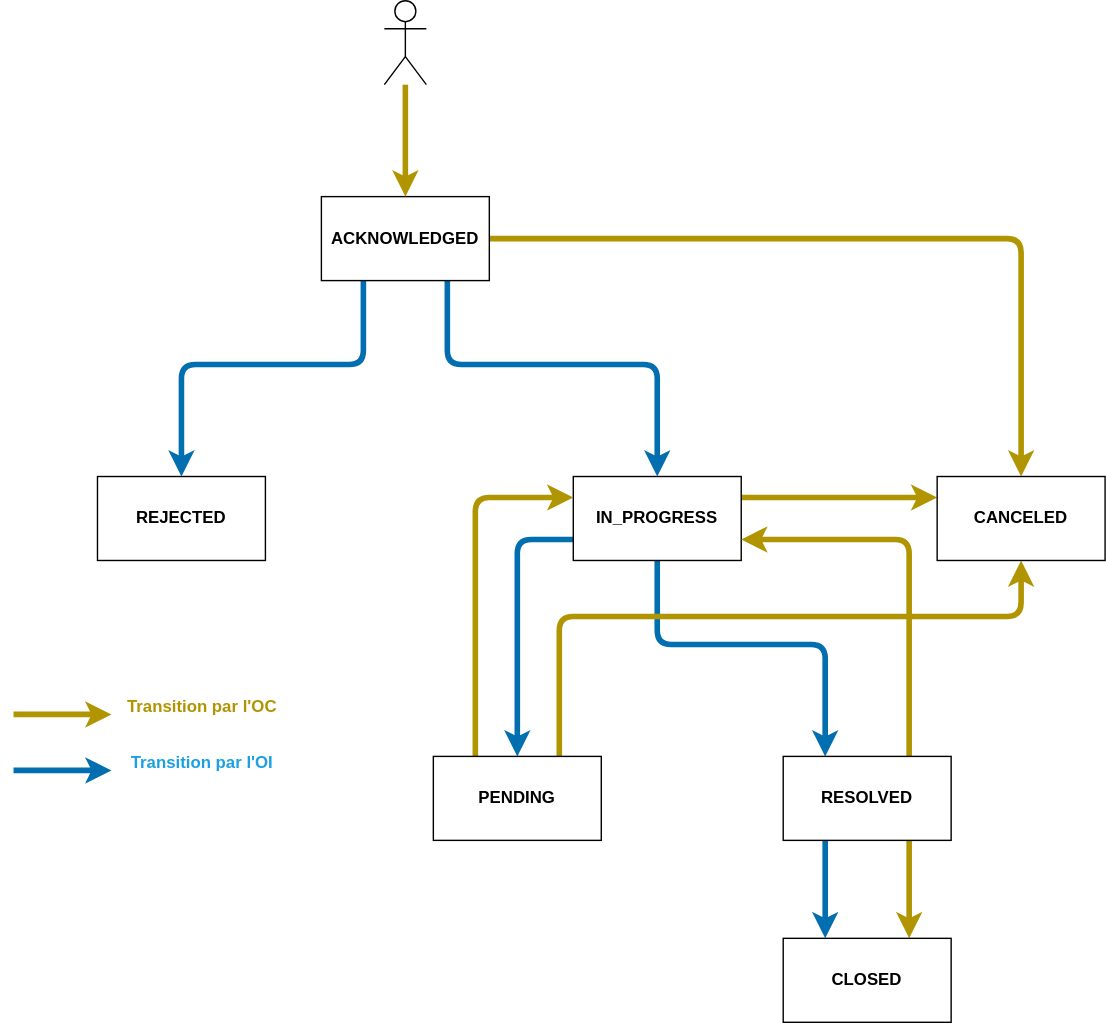
before-interop/anomalieAdresse keeps this draw.io diagram as status.drawio.svg. Above is the earlier version. Source tidied: cells renumbered, new cells last; positions are measured from the earlier drawing's top-left corner, leaving out a move shared by most shapes. The source it was exported from:
```xml
<mxGraphModel>
  <root>
    <mxCell id="0" />
    <mxCell id="1" parent="0" />
    <mxCell id="2" style="edgeStyle=none;html=1;entryX=0.5;entryY=0;entryDx=0;entryDy=0;exitX=0.25;exitY=1;exitDx=0;exitDy=0;fillColor=#1ba1e2;strokeColor=#006EAF;strokeWidth=4;" parent="1" edge="1" source="5" target="6">
      <mxGeometry relative="1" as="geometry">
        <Array as="points">
          <mxPoint x="250" y="260" />
          <mxPoint x="120" y="260" />
        </Array>
      </mxGeometry>
    </mxCell>
    <mxCell id="3" style="edgeStyle=none;html=1;entryX=0.5;entryY=0;entryDx=0;entryDy=0;exitX=0.75;exitY=1;exitDx=0;exitDy=0;fillColor=#1ba1e2;strokeColor=#006EAF;strokeWidth=4;" parent="1" edge="1" source="5" target="10">
      <mxGeometry relative="1" as="geometry">
        <Array as="points">
          <mxPoint x="310" y="260" />
          <mxPoint x="460" y="260" />
        </Array>
      </mxGeometry>
    </mxCell>
    <mxCell id="4" style="edgeStyle=none;html=1;entryX=0.5;entryY=0;entryDx=0;entryDy=0;fillColor=#e3c800;strokeColor=#B09500;strokeWidth=4;" parent="1" edge="1" source="5" target="18">
      <mxGeometry relative="1" as="geometry">
        <Array as="points">
          <mxPoint x="720" y="170" />
        </Array>
      </mxGeometry>
    </mxCell>
    <mxCell id="5" value="&lt;b&gt;ACKNOWLEDGED&lt;/b&gt;" style="rounded=0;whiteSpace=wrap;html=1;" parent="1" vertex="1">
      <mxGeometry x="220" y="140" width="120" height="60" as="geometry" />
    </mxCell>
    <mxCell id="6" value="&lt;b&gt;REJECTED&lt;/b&gt;" style="rounded=0;whiteSpace=wrap;html=1;" parent="1" vertex="1">
      <mxGeometry x="60" y="340" width="120" height="60" as="geometry" />
    </mxCell>
    <mxCell id="7" style="edgeStyle=none;html=1;entryX=0.5;entryY=0;entryDx=0;entryDy=0;strokeWidth=4;fillColor=#1ba1e2;strokeColor=#006EAF;exitX=0;exitY=0.75;exitDx=0;exitDy=0;" parent="1" edge="1" source="10" target="13">
      <mxGeometry relative="1" as="geometry">
        <Array as="points">
          <mxPoint x="360" y="385" />
        </Array>
      </mxGeometry>
    </mxCell>
    <mxCell id="8" style="edgeStyle=none;html=1;entryX=0.25;entryY=0;entryDx=0;entryDy=0;fillColor=#1ba1e2;strokeColor=#006EAF;strokeWidth=4;" parent="1" edge="1" source="10" target="17">
      <mxGeometry relative="1" as="geometry">
        <Array as="points">
          <mxPoint x="460" y="460" />
          <mxPoint x="580" y="460" />
        </Array>
      </mxGeometry>
    </mxCell>
    <mxCell id="9" style="edgeStyle=none;html=1;entryX=0;entryY=0.25;entryDx=0;entryDy=0;fillColor=#e3c800;strokeColor=#B09500;strokeWidth=4;exitX=1;exitY=0.25;exitDx=0;exitDy=0;" parent="1" edge="1" source="10" target="18">
      <mxGeometry relative="1" as="geometry" />
    </mxCell>
    <mxCell id="10" value="&lt;b&gt;IN_PROGRESS&lt;/b&gt;" style="rounded=0;whiteSpace=wrap;html=1;" parent="1" vertex="1">
      <mxGeometry x="400" y="340" width="120" height="60" as="geometry" />
    </mxCell>
    <mxCell id="11" style="edgeStyle=none;html=1;entryX=0.5;entryY=1;entryDx=0;entryDy=0;exitX=0.75;exitY=0;exitDx=0;exitDy=0;fillColor=#e3c800;strokeColor=#B09500;strokeWidth=4;" parent="1" edge="1" source="13" target="18">
      <mxGeometry relative="1" as="geometry">
        <Array as="points">
          <mxPoint x="390" y="440" />
          <mxPoint x="720" y="440" />
        </Array>
      </mxGeometry>
    </mxCell>
    <mxCell id="12" style="edgeStyle=none;html=1;entryX=0;entryY=0.25;entryDx=0;entryDy=0;strokeWidth=4;exitX=0.25;exitY=0;exitDx=0;exitDy=0;fillColor=#e3c800;strokeColor=#B09500;" parent="1" edge="1" source="13" target="10">
      <mxGeometry relative="1" as="geometry">
        <Array as="points">
          <mxPoint x="330" y="355" />
        </Array>
      </mxGeometry>
    </mxCell>
    <mxCell id="13" value="&lt;b&gt;PENDING&lt;/b&gt;" style="rounded=0;whiteSpace=wrap;html=1;" parent="1" vertex="1">
      <mxGeometry x="300" y="540" width="120" height="60" as="geometry" />
    </mxCell>
    <mxCell id="14" style="edgeStyle=none;html=1;exitX=0.75;exitY=1;exitDx=0;exitDy=0;entryX=0.75;entryY=0;entryDx=0;entryDy=0;strokeWidth=4;fillColor=#e3c800;strokeColor=#B09500;" parent="1" edge="1" source="17" target="19">
      <mxGeometry relative="1" as="geometry" />
    </mxCell>
    <mxCell id="15" style="edgeStyle=none;html=1;exitX=0.25;exitY=1;exitDx=0;exitDy=0;entryX=0.25;entryY=0;entryDx=0;entryDy=0;strokeWidth=4;fillColor=#1ba1e2;strokeColor=#006EAF;" parent="1" edge="1" source="17" target="19">
      <mxGeometry relative="1" as="geometry" />
    </mxCell>
    <mxCell id="16" style="edgeStyle=none;html=1;exitX=0.75;exitY=0;exitDx=0;exitDy=0;entryX=1;entryY=0.75;entryDx=0;entryDy=0;strokeWidth=4;fillColor=#e3c800;strokeColor=#B09500;" parent="1" edge="1" source="17" target="10">
      <mxGeometry relative="1" as="geometry">
        <Array as="points">
          <mxPoint x="640" y="385" />
        </Array>
      </mxGeometry>
    </mxCell>
    <mxCell id="17" value="&lt;b&gt;RESOLVED&lt;/b&gt;" style="rounded=0;whiteSpace=wrap;html=1;" parent="1" vertex="1">
      <mxGeometry x="550" y="540" width="120" height="60" as="geometry" />
    </mxCell>
    <mxCell id="18" value="&lt;b&gt;CANCELED&lt;/b&gt;" style="rounded=0;whiteSpace=wrap;html=1;" parent="1" vertex="1">
      <mxGeometry x="660" y="340" width="120" height="60" as="geometry" />
    </mxCell>
    <mxCell id="19" value="&lt;b&gt;CLOSED&lt;/b&gt;" style="rounded=0;whiteSpace=wrap;html=1;" parent="1" vertex="1">
      <mxGeometry x="550" y="670" width="120" height="60" as="geometry" />
    </mxCell>
    <mxCell id="20" style="endArrow=classic;html=1;strokeWidth=4;fillColor=#e3c800;strokeColor=#B09500;" parent="1" edge="1">
      <mxGeometry relative="1" as="geometry">
        <mxPoint y="510" as="sourcePoint" />
        <mxPoint x="70" y="510" as="targetPoint" />
      </mxGeometry>
    </mxCell>
    <mxCell id="21" style="endArrow=classic;html=1;strokeWidth=4;fillColor=#1ba1e2;strokeColor=#006EAF;" parent="1" edge="1">
      <mxGeometry relative="1" as="geometry">
        <mxPoint y="550" as="sourcePoint" />
        <mxPoint x="70" y="550" as="targetPoint" />
      </mxGeometry>
    </mxCell>
    <mxCell id="22" value="&lt;b&gt;Transition par l'OC&lt;/b&gt;" style="text;html=1;strokeColor=none;fillColor=none;align=center;verticalAlign=middle;whiteSpace=wrap;rounded=0;fontColor=#B09500;" parent="1" vertex="1">
      <mxGeometry x="80" y="490" width="110" height="30" as="geometry" />
    </mxCell>
    <mxCell id="23" value="&lt;b&gt;Transition par l'OI&lt;/b&gt;" style="text;html=1;strokeColor=none;fillColor=none;align=center;verticalAlign=middle;whiteSpace=wrap;rounded=0;fontColor=#1BA1E2;" parent="1" vertex="1">
      <mxGeometry x="80" y="530" width="110" height="30" as="geometry" />
    </mxCell>
    <mxCell id="24" style="edgeStyle=none;html=1;entryX=0.5;entryY=0;entryDx=0;entryDy=0;strokeWidth=4;fontColor=#1BA1E2;fillColor=#e3c800;strokeColor=#B09500;" parent="1" edge="1" source="25" target="5">
      <mxGeometry relative="1" as="geometry" />
    </mxCell>
    <mxCell id="25" style="shape=umlActor;verticalLabelPosition=bottom;verticalAlign=top;html=1;outlineConnect=0;fontColor=#1BA1E2;" parent="1" vertex="1">
      <mxGeometry x="265" width="30" height="60" as="geometry" />
    </mxCell>
  </root>
</mxGraphModel>
```
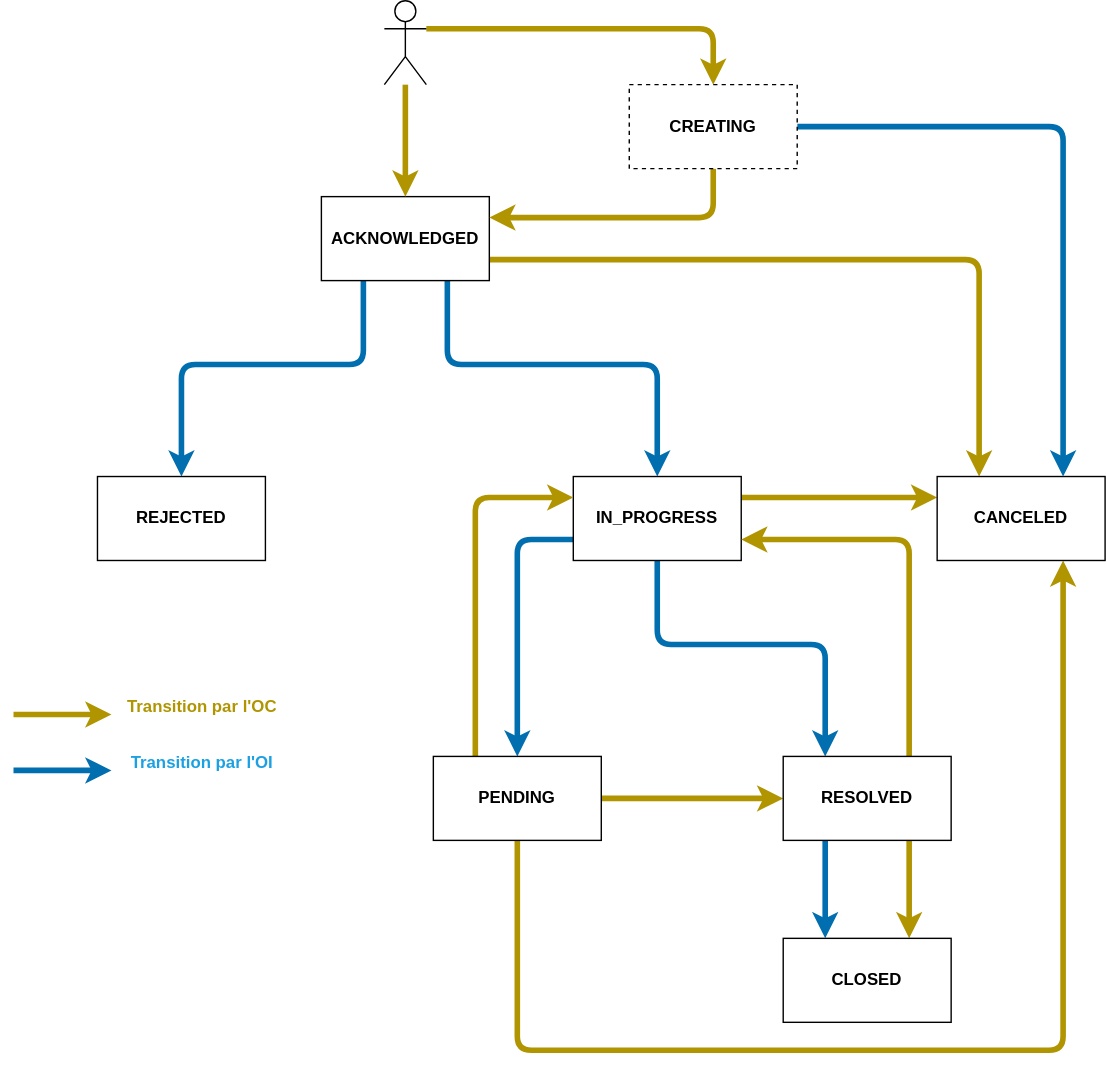
After the commit.

Commit message:
update status description

The edit, as a diff of the source:
```diff
@@ -18,10 +18,10 @@
         </Array>
       </mxGeometry>
     </mxCell>
-    <mxCell id="4" style="edgeStyle=none;html=1;entryX=0.5;entryY=0;entryDx=0;entryDy=0;fillColor=#e3c800;strokeColor=#B09500;strokeWidth=4;" parent="1" edge="1" source="5" target="18">
+    <mxCell id="4" style="edgeStyle=none;html=1;entryX=0.25;entryY=0;entryDx=0;entryDy=0;fillColor=#e3c800;strokeColor=#B09500;strokeWidth=4;exitX=1;exitY=0.75;exitDx=0;exitDy=0;" parent="1" edge="1" source="5" target="18">
       <mxGeometry relative="1" as="geometry">
         <Array as="points">
-          <mxPoint x="720" y="170" />
+          <mxPoint x="690" y="185" />
         </Array>
       </mxGeometry>
     </mxCell>
@@ -52,13 +52,8 @@
     <mxCell id="10" value="&lt;b&gt;IN_PROGRESS&lt;/b&gt;" style="rounded=0;whiteSpace=wrap;html=1;" parent="1" vertex="1">
       <mxGeometry x="400" y="340" width="120" height="60" as="geometry" />
     </mxCell>
-    <mxCell id="11" style="edgeStyle=none;html=1;entryX=0.5;entryY=1;entryDx=0;entryDy=0;exitX=0.75;exitY=0;exitDx=0;exitDy=0;fillColor=#e3c800;strokeColor=#B09500;strokeWidth=4;" parent="1" edge="1" source="13" target="18">
-      <mxGeometry relative="1" as="geometry">
-        <Array as="points">
-          <mxPoint x="390" y="440" />
-          <mxPoint x="720" y="440" />
-        </Array>
-      </mxGeometry>
+    <mxCell id="11" style="edgeStyle=none;html=1;entryX=0;entryY=0.5;entryDx=0;entryDy=0;exitX=1;exitY=0.5;exitDx=0;exitDy=0;fillColor=#e3c800;strokeColor=#B09500;strokeWidth=4;" parent="1" edge="1" source="13" target="17">
+      <mxGeometry relative="1" as="geometry" />
     </mxCell>
     <mxCell id="12" style="edgeStyle=none;html=1;entryX=0;entryY=0.25;entryDx=0;entryDy=0;strokeWidth=4;exitX=0.25;exitY=0;exitDx=0;exitDy=0;fillColor=#e3c800;strokeColor=#B09500;" parent="1" edge="1" source="13" target="10">
       <mxGeometry relative="1" as="geometry">
@@ -67,6 +62,15 @@
         </Array>
       </mxGeometry>
     </mxCell>
+    <mxCell id="26" style="edgeStyle=none;html=1;entryX=0.75;entryY=1;entryDx=0;entryDy=0;strokeWidth=4;fontColor=#1BA1E2;fillColor=#e3c800;strokeColor=#B09500;" parent="1" edge="1" source="13" target="18">
+      <mxGeometry relative="1" as="geometry">
+        <Array as="points">
+          <mxPoint x="360" y="750" />
+          <mxPoint x="550" y="750" />
+          <mxPoint x="750" y="750" />
+        </Array>
+      </mxGeometry>
+    </mxCell>
     <mxCell id="13" value="&lt;b&gt;PENDING&lt;/b&gt;" style="rounded=0;whiteSpace=wrap;html=1;" parent="1" vertex="1">
       <mxGeometry x="300" y="540" width="120" height="60" as="geometry" />
     </mxCell>
@@ -113,8 +117,32 @@
     <mxCell id="24" style="edgeStyle=none;html=1;entryX=0.5;entryY=0;entryDx=0;entryDy=0;strokeWidth=4;fontColor=#1BA1E2;fillColor=#e3c800;strokeColor=#B09500;" parent="1" edge="1" source="25" target="5">
       <mxGeometry relative="1" as="geometry" />
     </mxCell>
+    <mxCell id="27" style="edgeStyle=none;html=1;exitX=1;exitY=0.3333333333333333;exitDx=0;exitDy=0;exitPerimeter=0;entryX=0.5;entryY=0;entryDx=0;entryDy=0;strokeWidth=4;fontColor=#1BA1E2;fillColor=#e3c800;strokeColor=#B09500;" parent="1" edge="1" source="25" target="30">
+      <mxGeometry relative="1" as="geometry">
+        <Array as="points">
+          <mxPoint x="500" y="20" />
+        </Array>
+      </mxGeometry>
+    </mxCell>
     <mxCell id="25" style="shape=umlActor;verticalLabelPosition=bottom;verticalAlign=top;html=1;outlineConnect=0;fontColor=#1BA1E2;" parent="1" vertex="1">
       <mxGeometry x="265" width="30" height="60" as="geometry" />
     </mxCell>
+    <mxCell id="28" style="edgeStyle=none;html=1;entryX=1;entryY=0.25;entryDx=0;entryDy=0;strokeWidth=4;fontColor=#1BA1E2;fillColor=#e3c800;strokeColor=#B09500;" parent="1" edge="1" source="30" target="5">
+      <mxGeometry relative="1" as="geometry">
+        <Array as="points">
+          <mxPoint x="500" y="155" />
+        </Array>
+      </mxGeometry>
+    </mxCell>
+    <mxCell id="29" style="edgeStyle=none;html=1;entryX=0.75;entryY=0;entryDx=0;entryDy=0;strokeWidth=4;fontColor=#1BA1E2;fillColor=#1ba1e2;strokeColor=#006EAF;" parent="1" edge="1" source="30" target="18">
+      <mxGeometry relative="1" as="geometry">
+        <Array as="points">
+          <mxPoint x="750" y="90" />
+        </Array>
+      </mxGeometry>
+    </mxCell>
+    <mxCell id="30" value="&lt;b&gt;CREATING&lt;/b&gt;" style="rounded=0;whiteSpace=wrap;html=1;dashed=1;" parent="1" vertex="1">
+      <mxGeometry x="440" y="60" width="120" height="60" as="geometry" />
+    </mxCell>
   </root>
 </mxGraphModel>
```
